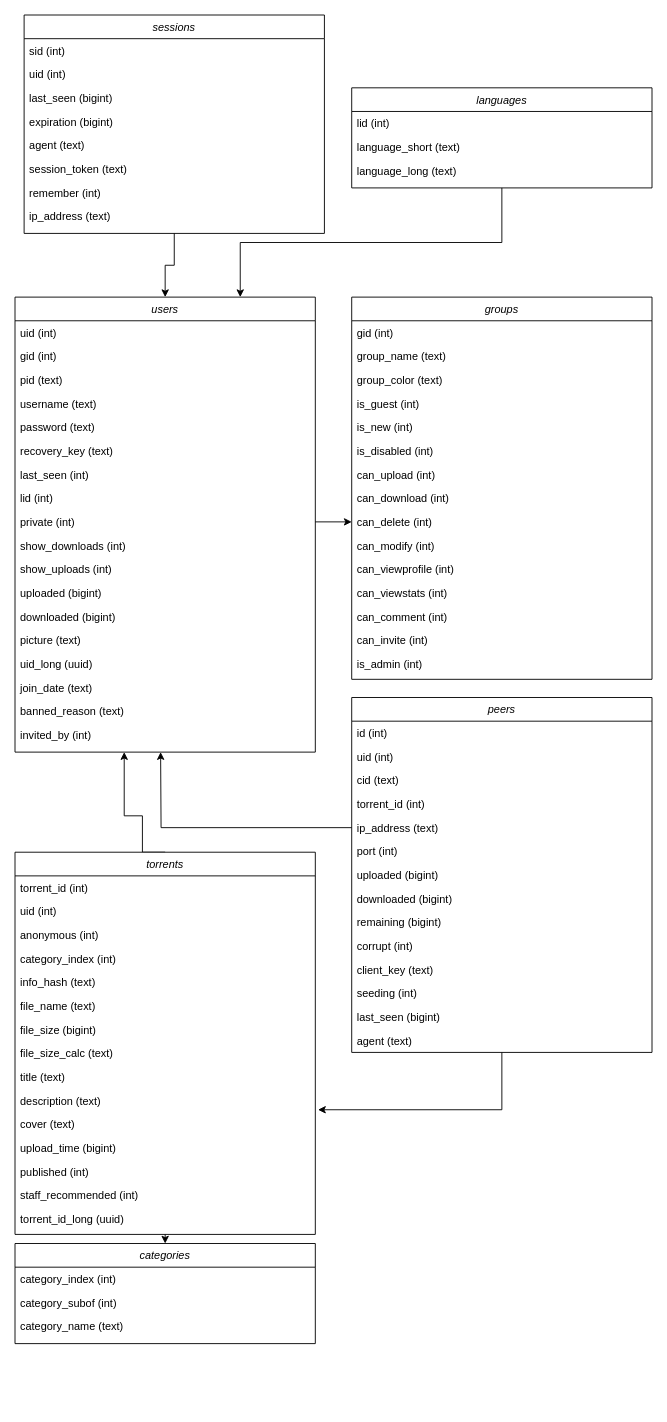
Above: docs/diagrams/database_diagram.drawio in jackrdavies2023/jrd15_MP_AberDock_BitTorrent (draw.io), before the change. Source tidied: cells renumbered, new cells numbered last; positions are measured from the earlier drawing's top-left corner, leaving out a move shared by most shapes. Both pictures are drawn from the tidied source at 91%, with x=0, y=0 at pixel (15, 15).
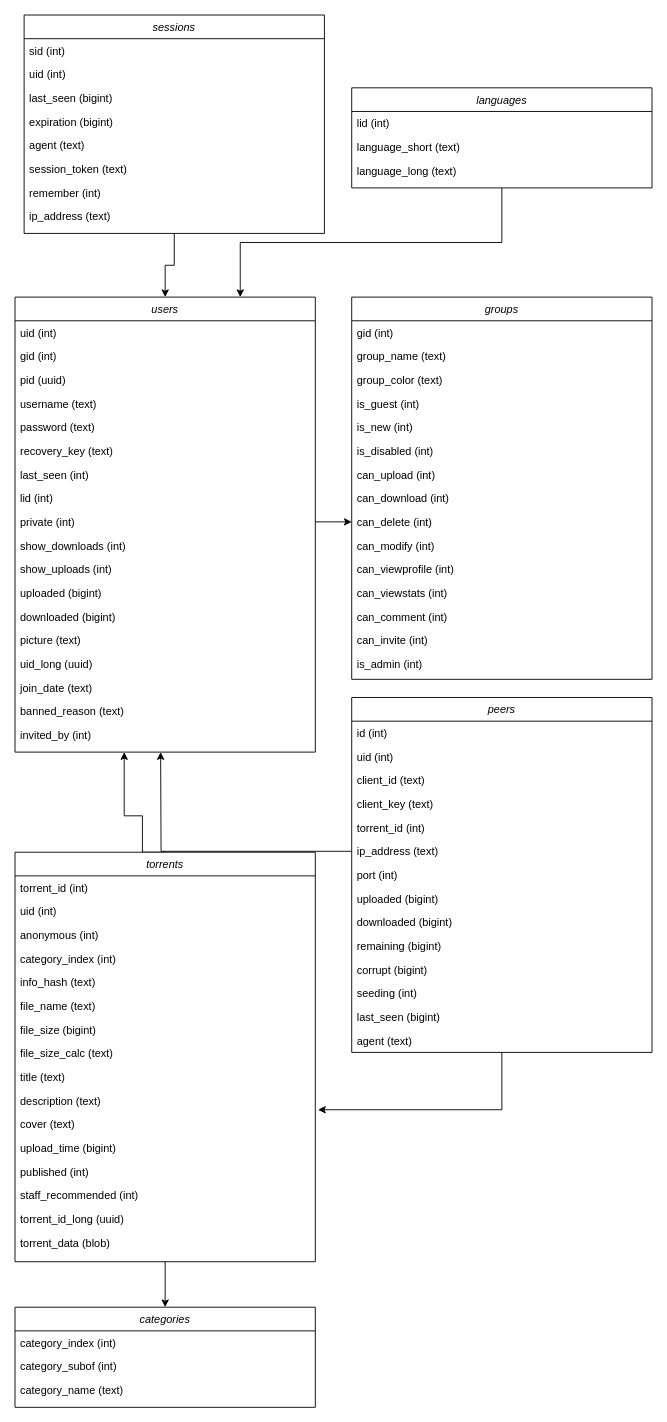
Above is the later version.

Commit message:
Update draw.io database diagram to reflect new table for peers and torrents.

The change refers to these unchanged cells:
```xml
<mxCell id="2" value="users" style="swimlane;fontStyle=2;align=center;verticalAlign=top;horizontal=1;startSize=26;rounded=0;shadow=0;strokeWidth=1;" parent="1" vertex="1">
  <mxGeometry y="310" width="330" height="500" as="geometry" />
</mxCell>
<mxCell id="39" value="peers" style="swimlane;fontStyle=2;align=center;verticalAlign=top;horizontal=1;startSize=26;rounded=0;shadow=0;strokeWidth=1;" parent="1" vertex="1">
  <mxGeometry x="370" y="750" width="330" height="390" as="geometry" />
</mxCell>
```

Diff of the diagram source:
```diff
@@
-    <mxCell id="5" value="pid (text)" style="text;align=left;verticalAlign=top;spacingLeft=4;spacingRight=4;overflow=hidden;rounded=0;shadow=0;html=0;" parent="2" vertex="1">
+    <mxCell id="5" value="pid (uuid)" style="text;align=left;verticalAlign=top;spacingLeft=4;spacingRight=4;overflow=hidden;rounded=0;shadow=0;html=0;" parent="2" vertex="1">
       <mxGeometry y="78" width="330" height="26" as="geometry" />
     </mxCell>
@@
-    <mxCell id="42" value="cid (text)" style="text;align=left;verticalAlign=top;spacingLeft=4;spacingRight=4;overflow=hidden;rounded=0;shadow=0;html=0;" parent="39" vertex="1">
+    <mxCell id="42" value="client_id (text)" style="text;align=left;verticalAlign=top;spacingLeft=4;spacingRight=4;overflow=hidden;rounded=0;shadow=0;html=0;" parent="39" vertex="1">
       <mxGeometry y="78" width="330" height="26" as="geometry" />
     </mxCell>
+    <mxCell id="50" value="client_key (text)" style="text;align=left;verticalAlign=top;spacingLeft=4;spacingRight=4;overflow=hidden;rounded=0;shadow=0;html=0;" parent="39" vertex="1">
+      <mxGeometry y="104" width="330" height="26" as="geometry" />
+    </mxCell>
     <mxCell id="43" value="torrent_id (int)" style="text;align=left;verticalAlign=top;spacingLeft=4;spacingRight=4;overflow=hidden;rounded=0;shadow=0;html=0;" parent="39" vertex="1">
-      <mxGeometry y="104" width="330" height="26" as="geometry" />
+      <mxGeometry y="130" width="330" height="26" as="geometry" />
     </mxCell>
     <mxCell id="44" value="ip_address (text)" style="text;align=left;verticalAlign=top;spacingLeft=4;spacingRight=4;overflow=hidden;points=[[0,0.5],[1,0.5]];portConstraint=eastwest;rounded=0;shadow=0;html=0;" parent="39" vertex="1">
-      <mxGeometry y="130" width="330" height="26" as="geometry" />
+      <mxGeometry y="156" width="330" height="26" as="geometry" />
     </mxCell>
     <mxCell id="45" value="port (int)" style="text;align=left;verticalAlign=top;spacingLeft=4;spacingRight=4;overflow=hidden;rounded=0;shadow=0;html=0;" parent="39" vertex="1">
-      <mxGeometry y="156" width="330" height="26" as="geometry" />
+      <mxGeometry y="182" width="330" height="26" as="geometry" />
     </mxCell>
     <mxCell id="46" value="uploaded (bigint)" style="text;align=left;verticalAlign=top;spacingLeft=4;spacingRight=4;overflow=hidden;rounded=0;shadow=0;html=0;" parent="39" vertex="1">
-      <mxGeometry y="182" width="330" height="26" as="geometry" />
+      <mxGeometry y="208" width="330" height="26" as="geometry" />
     </mxCell>
     <mxCell id="47" value="downloaded (bigint)" style="text;align=left;verticalAlign=top;spacingLeft=4;spacingRight=4;overflow=hidden;rounded=0;shadow=0;html=0;" parent="39" vertex="1">
-      <mxGeometry y="208" width="330" height="26" as="geometry" />
+      <mxGeometry y="234" width="330" height="26" as="geometry" />
     </mxCell>
     <mxCell id="48" value="remaining (bigint)" style="text;align=left;verticalAlign=top;spacingLeft=4;spacingRight=4;overflow=hidden;rounded=0;shadow=0;html=0;" parent="39" vertex="1">
-      <mxGeometry y="234" width="330" height="26" as="geometry" />
+      <mxGeometry y="260" width="330" height="26" as="geometry" />
     </mxCell>
-    <mxCell id="49" value="corrupt (int)" style="text;align=left;verticalAlign=top;spacingLeft=4;spacingRight=4;overflow=hidden;rounded=0;shadow=0;html=0;" parent="39" vertex="1">
-      <mxGeometry y="260" width="330" height="26" as="geometry" />
+    <mxCell id="49" value="corrupt (bigint)" style="text;align=left;verticalAlign=top;spacingLeft=4;spacingRight=4;overflow=hidden;rounded=0;shadow=0;html=0;" parent="39" vertex="1">
+      <mxGeometry y="286" width="330" height="26" as="geometry" />
     </mxCell>
-    <mxCell id="50" value="client_key (text)" style="text;align=left;verticalAlign=top;spacingLeft=4;spacingRight=4;overflow=hidden;rounded=0;shadow=0;html=0;" parent="39" vertex="1">
-      <mxGeometry y="286" width="330" height="26" as="geometry" />
-    </mxCell>
@@
     <mxCell id="57" value="torrents" style="swimlane;fontStyle=2;align=center;verticalAlign=top;horizontal=1;startSize=26;rounded=0;shadow=0;strokeWidth=1;" parent="1" vertex="1">
-      <mxGeometry y="920" width="330" height="420" as="geometry" />
+      <mxGeometry y="920" width="330" height="450" as="geometry" />
     </mxCell>
@@
+    <mxCell id="92" value="torrent_data (blob)" style="text;align=left;verticalAlign=top;spacingLeft=4;spacingRight=4;overflow=hidden;rounded=0;shadow=0;html=0;" parent="57" vertex="1">
+      <mxGeometry y="416" width="330" height="26" as="geometry" />
+    </mxCell>
@@
     <mxCell id="88" value="categories" style="swimlane;fontStyle=2;align=center;verticalAlign=top;horizontal=1;startSize=26;rounded=0;shadow=0;strokeWidth=1;" parent="1" vertex="1">
-      <mxGeometry y="1350" width="330" height="110" as="geometry" />
+      <mxGeometry y="1420" width="330" height="110" as="geometry" />
     </mxCell>
```
